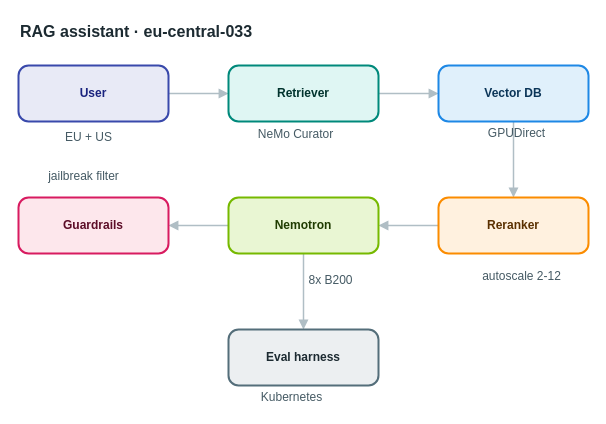
Earlier version of the draw.io diagram apps/web/public/samples/library/033-rag-assistant.drawio (AryanG01/open-apprentice). Source tidied: cells renumbered, new cells numbered last; positions are measured from the earlier drawing's top-left corner, leaving out a move shared by most shapes. Both pictures are drawn from the tidied source at 100%, with x=0, y=0 at pixel (18, 17).
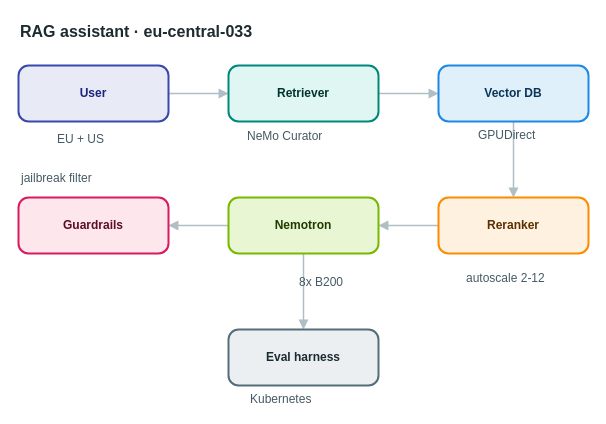
Above is the later version.

What changed in the source:
```diff
@@
-    <mxCell id="16" value="EU + US" style="text;html=1;align=center;verticalAlign=middle;whiteSpace=nowrap;strokeColor=none;fillColor=none;fontSize=12;fontColor=#455a64;" parent="1" vertex="1">
+    <mxCell id="16" value="EU + US" style="text;html=1;align=left;verticalAlign=top;whiteSpace=nowrap;spacing=0;spacingTop=0;strokeColor=none;fillColor=none;fontSize=12;fontColor=#455a64;" parent="1" vertex="1">
       <mxGeometry x="39" y="110" width="61" height="20" as="geometry" />
     </mxCell>
-    <mxCell id="17" value="NeMo Curator" style="text;html=1;align=center;verticalAlign=middle;whiteSpace=nowrap;strokeColor=none;fillColor=none;fontSize=12;fontColor=#455a64;" parent="1" vertex="1">
+    <mxCell id="17" value="NeMo Curator" style="text;html=1;align=left;verticalAlign=top;whiteSpace=nowrap;spacing=0;spacingTop=0;strokeColor=none;fillColor=none;fontSize=12;fontColor=#455a64;" parent="1" vertex="1">
       <mxGeometry x="229" y="107" width="96" height="20" as="geometry" />
     </mxCell>
-    <mxCell id="18" value="GPUDirect" style="text;html=1;align=center;verticalAlign=middle;whiteSpace=nowrap;strokeColor=none;fillColor=none;fontSize=12;fontColor=#455a64;" parent="1" vertex="1">
+    <mxCell id="18" value="GPUDirect" style="text;html=1;align=left;verticalAlign=top;whiteSpace=nowrap;spacing=0;spacingTop=0;strokeColor=none;fillColor=none;fontSize=12;fontColor=#455a64;" parent="1" vertex="1">
       <mxGeometry x="460" y="106" width="75" height="20" as="geometry" />
     </mxCell>
-    <mxCell id="19" value="autoscale 2-12" style="text;html=1;align=center;verticalAlign=middle;whiteSpace=nowrap;strokeColor=none;fillColor=none;fontSize=12;fontColor=#455a64;" parent="1" vertex="1">
+    <mxCell id="19" value="autoscale 2-12" style="text;html=1;align=left;verticalAlign=top;whiteSpace=nowrap;spacing=0;spacingTop=0;strokeColor=none;fillColor=none;fontSize=12;fontColor=#455a64;" parent="1" vertex="1">
       <mxGeometry x="448" y="249" width="110" height="20" as="geometry" />
     </mxCell>
-    <mxCell id="20" value="8x B200" style="text;html=1;align=center;verticalAlign=middle;whiteSpace=nowrap;strokeColor=none;fillColor=none;fontSize=12;fontColor=#455a64;" parent="1" vertex="1">
+    <mxCell id="20" value="8x B200" style="text;html=1;align=left;verticalAlign=top;whiteSpace=nowrap;spacing=0;spacingTop=0;strokeColor=none;fillColor=none;fontSize=12;fontColor=#455a64;" parent="1" vertex="1">
       <mxGeometry x="281" y="253" width="61" height="20" as="geometry" />
     </mxCell>
-    <mxCell id="21" value="jailbreak filter" style="text;html=1;align=center;verticalAlign=middle;whiteSpace=nowrap;strokeColor=none;fillColor=none;fontSize=12;fontColor=#455a64;" parent="1" vertex="1">
+    <mxCell id="21" value="jailbreak filter" style="text;html=1;align=left;verticalAlign=top;whiteSpace=nowrap;spacing=0;spacingTop=0;strokeColor=none;fillColor=none;fontSize=12;fontColor=#455a64;" parent="1" vertex="1">
       <mxGeometry x="3" y="149" width="124" height="20" as="geometry" />
     </mxCell>
-    <mxCell id="22" value="Kubernetes" style="text;html=1;align=center;verticalAlign=middle;whiteSpace=nowrap;strokeColor=none;fillColor=none;fontSize=12;fontColor=#455a64;" parent="1" vertex="1">
+    <mxCell id="22" value="Kubernetes" style="text;html=1;align=left;verticalAlign=top;whiteSpace=nowrap;spacing=0;spacingTop=0;strokeColor=none;fillColor=none;fontSize=12;fontColor=#455a64;" parent="1" vertex="1">
       <mxGeometry x="232" y="370" width="82" height="20" as="geometry" />
     </mxCell>
```
